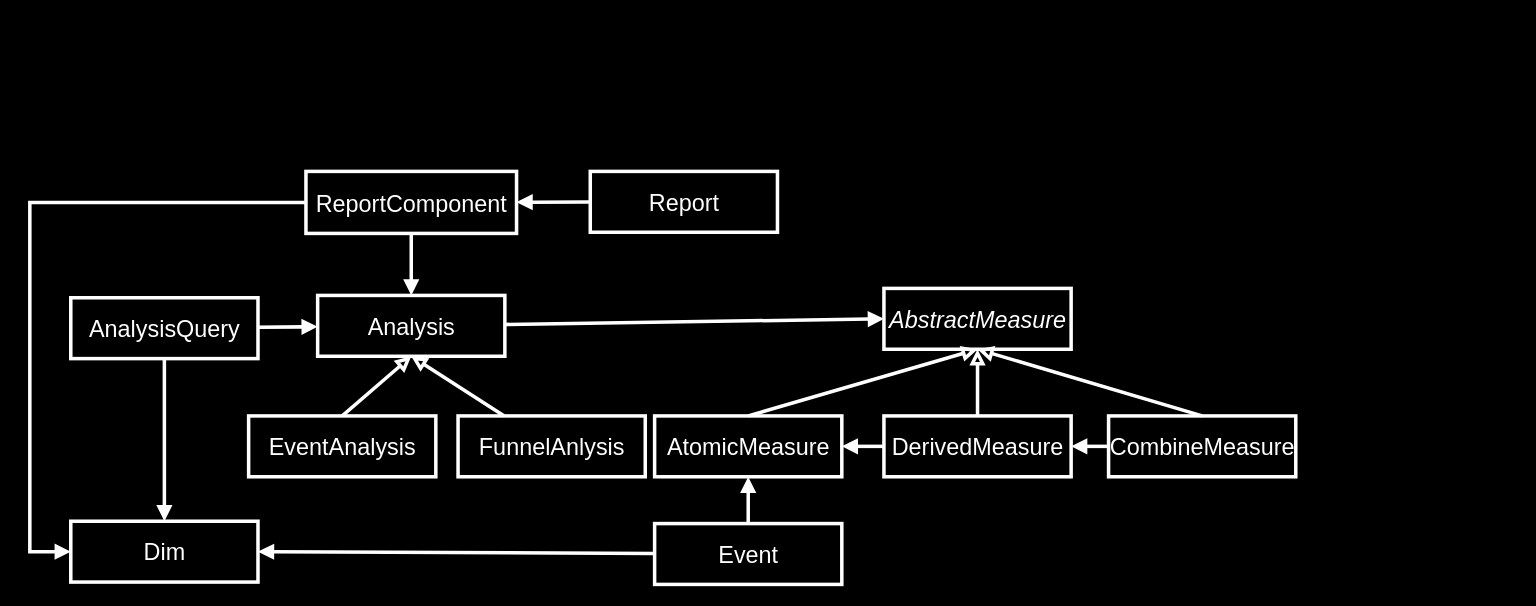
Before: page "Page-1" (1 of 3) of img/Untitled Diagram2.drawio in liuzhenying/liuzhenying.github.io, a draw.io diagram. Source tidied: cells renumbered, new cells numbered last; positions are measured from the earlier drawing's top-left corner, leaving out a move shared by most shapes. Both pictures are drawn from the tidied source at 117%, with x=0, y=0 at pixel (29, 171).
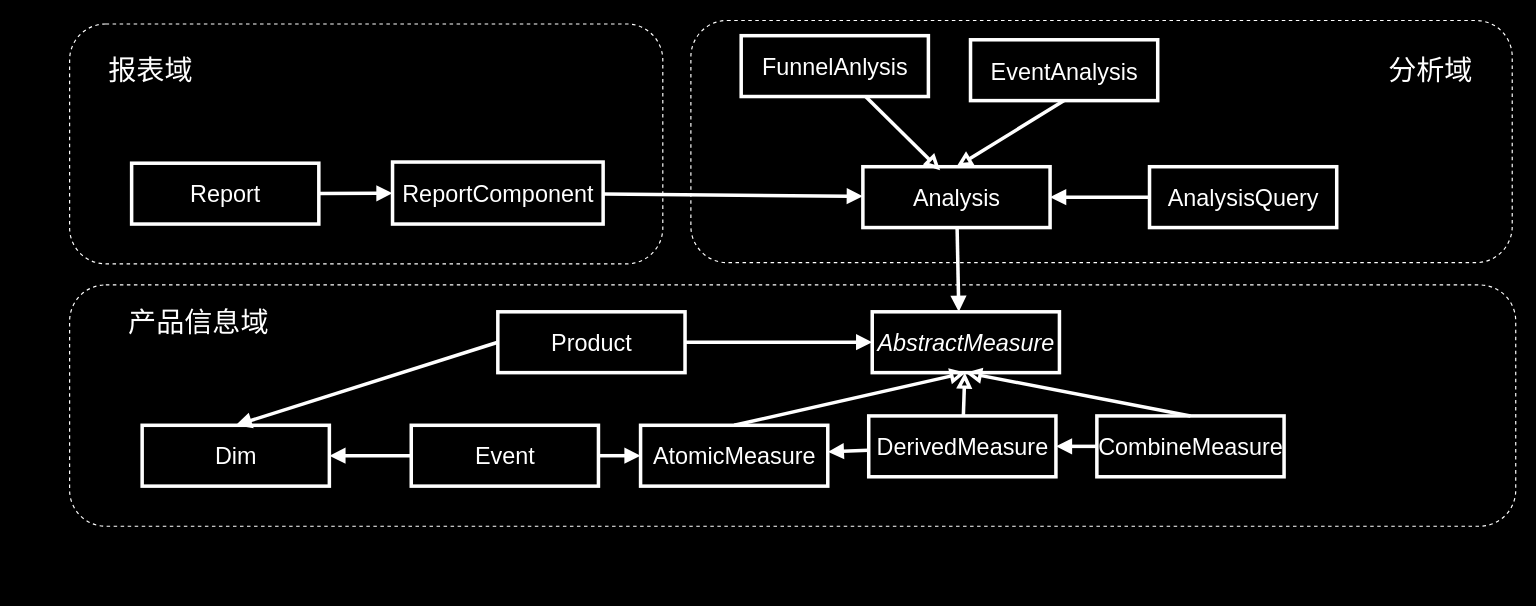
Above is the later version.

Diff of the diagram source:
```diff
@@
-    <mxCell id="3" style="edgeStyle=elbowEdgeStyle;rounded=0;jettySize=auto;html=1;entryX=0;entryY=0.5;entryDx=0;entryDy=0;fontSize=20;fontColor=#FFFFFF;endArrow=block;endFill=1;strokeColor=#FFFFFF;strokeWidth=3;" parent="1" edge="1" source="4" target="28">
-      <mxGeometry relative="1" as="geometry">
-        <Array as="points">
-          <mxPoint y="179" />
-        </Array>
-      </mxGeometry>
-    </mxCell>
     <mxCell id="4" value="&lt;font color=&quot;#ffffff&quot; style=&quot;font-size: 20px;&quot;&gt;ReportComponent&lt;/font&gt;" style="html=1;strokeColor=#FFFFFF;strokeWidth=3;fillColor=none;fontSize=20;" parent="1" vertex="1">
-      <mxGeometry x="236" width="180" height="53" as="geometry" />
+      <mxGeometry x="310" y="-8" width="180" height="53" as="geometry" />
     </mxCell>
@@
     <mxCell id="6" value="&lt;font color=&quot;#ffffff&quot; style=&quot;font-size: 20px;&quot;&gt;Report&lt;/font&gt;" style="html=1;strokeColor=#FFFFFF;strokeWidth=3;fillColor=none;fontSize=20;" parent="1" vertex="1">
-      <mxGeometry x="479" width="160" height="52" as="geometry" />
+      <mxGeometry x="87" y="-7" width="160" height="52" as="geometry" />
     </mxCell>
@@
-    <mxCell id="8" style="edgeStyle=none;rounded=0;jettySize=auto;html=1;entryX=0.5;entryY=0;entryDx=0;entryDy=0;fontSize=20;fontColor=#FFFFFF;endArrow=block;endFill=1;strokeColor=#FFFFFF;strokeWidth=3;" parent="1" edge="1" source="9" target="28">
-      <mxGeometry relative="1" as="geometry" />
-    </mxCell>
     <mxCell id="9" value="&lt;span style=&quot;color: rgb(255, 255, 255); font-size: 20px;&quot;&gt;&lt;font style=&quot;font-size: 20px;&quot;&gt;AnalysisQuery&lt;/font&gt;&lt;/span&gt;" style="html=1;strokeColor=#FFFFFF;strokeWidth=3;fillColor=none;fontSize=20;" parent="1" vertex="1">
-      <mxGeometry x="35" y="108" width="160" height="52" as="geometry" />
+      <mxGeometry x="957" y="-4" width="160" height="52" as="geometry" />
     </mxCell>
-    <mxCell id="10" style="edgeStyle=none;rounded=0;jettySize=auto;html=1;entryX=0;entryY=0.5;entryDx=0;entryDy=0;fontSize=20;fontColor=#FFFFFF;endArrow=block;endFill=1;strokeColor=#FFFFFF;strokeWidth=3;" parent="1" edge="1" source="11" target="16">
-      <mxGeometry relative="1" as="geometry" />
+    <mxCell id="10" style="edgeStyle=none;rounded=0;jettySize=auto;html=1;fontSize=20;fontColor=#FFFFFF;endArrow=block;endFill=1;strokeColor=#FFFFFF;strokeWidth=3;" parent="1" edge="1" source="11">
+      <mxGeometry relative="1" as="geometry">
+        <mxPoint x="794" y="120" as="targetPoint" />
+      </mxGeometry>
     </mxCell>
     <mxCell id="11" value="&lt;font color=&quot;#ffffff&quot; style=&quot;font-size: 20px;&quot;&gt;&lt;span style=&quot;font-size: 20px;&quot;&gt;Analysis&lt;/span&gt;&lt;/font&gt;" style="html=1;strokeColor=#FFFFFF;strokeWidth=3;fillColor=none;fontSize=20;" parent="1" vertex="1">
-      <mxGeometry x="246" y="106" width="160" height="52" as="geometry" />
+      <mxGeometry x="712" y="-4" width="160" height="52" as="geometry" />
     </mxCell>
-    <mxCell id="12" style="edgeStyle=none;rounded=0;jettySize=auto;html=1;entryX=0.5;entryY=1;entryDx=0;entryDy=0;fontSize=20;fontColor=#FFFFFF;endArrow=block;endFill=0;strokeColor=#FFFFFF;strokeWidth=3;exitX=0.5;exitY=0;exitDx=0;exitDy=0;" parent="1" edge="1" source="13" target="11">
+    <mxCell id="12" style="edgeStyle=none;rounded=0;jettySize=auto;html=1;entryX=0.5;entryY=0;entryDx=0;entryDy=0;fontSize=20;fontColor=#FFFFFF;endArrow=block;endFill=0;strokeColor=#FFFFFF;strokeWidth=3;exitX=0.5;exitY=1;exitDx=0;exitDy=0;" parent="1" edge="1" source="13" target="11">
       <mxGeometry relative="1" as="geometry" />
     </mxCell>
     <mxCell id="13" value="&lt;font color=&quot;#ffffff&quot; style=&quot;font-size: 20px;&quot;&gt;&lt;span style=&quot;font-size: 20px;&quot;&gt;EventAnalysis&lt;/span&gt;&lt;/font&gt;" style="html=1;strokeColor=#FFFFFF;strokeWidth=3;fillColor=none;fontSize=20;" parent="1" vertex="1">
-      <mxGeometry x="187" y="209" width="160" height="52" as="geometry" />
+      <mxGeometry x="804" y="-112.5" width="160" height="52" as="geometry" />
     </mxCell>
-    <mxCell id="14" style="edgeStyle=none;rounded=0;jettySize=auto;html=1;fontSize=20;fontColor=#FFFFFF;endArrow=block;endFill=0;strokeColor=#FFFFFF;strokeWidth=3;entryX=0.5;entryY=1;entryDx=0;entryDy=0;" parent="1" edge="1" source="15" target="11">
-      <mxGeometry relative="1" as="geometry" />
+    <mxCell id="14" style="edgeStyle=none;rounded=0;jettySize=auto;html=1;fontSize=20;fontColor=#FFFFFF;endArrow=block;endFill=0;strokeColor=#FFFFFF;strokeWidth=3;" parent="1" edge="1" source="15">
+      <mxGeometry relative="1" as="geometry">
+        <mxPoint x="778" y="-1" as="targetPoint" />
+      </mxGeometry>
     </mxCell>
     <mxCell id="15" value="&lt;font color=&quot;#ffffff&quot; style=&quot;font-size: 20px;&quot;&gt;&lt;span style=&quot;font-size: 20px;&quot;&gt;FunnelAnlysis&lt;/span&gt;&lt;/font&gt;" style="html=1;strokeColor=#FFFFFF;strokeWidth=3;fillColor=none;fontSize=20;" parent="1" vertex="1">
-      <mxGeometry x="366" y="209" width="160" height="52" as="geometry" />
+      <mxGeometry x="608" y="-116" width="160" height="52" as="geometry" />
     </mxCell>
     <mxCell id="16" value="&lt;span style=&quot;color: rgb(255, 255, 255); font-style: italic; font-size: 20px;&quot;&gt;&lt;font style=&quot;font-size: 20px;&quot;&gt;AbstractMeasure&lt;/font&gt;&lt;/span&gt;" style="html=1;strokeColor=#FFFFFF;strokeWidth=3;fillColor=none;fontSize=20;" parent="1" vertex="1">
-      <mxGeometry x="730" y="100" width="160" height="52" as="geometry" />
+      <mxGeometry x="720" y="120" width="160" height="52" as="geometry" />
     </mxCell>
@@
     <mxCell id="18" value="&lt;span style=&quot;color: rgb(255, 255, 255); font-size: 20px;&quot;&gt;&lt;font style=&quot;font-size: 20px;&quot;&gt;AtomicMeasure&lt;/font&gt;&lt;/span&gt;" style="html=1;strokeColor=#FFFFFF;strokeWidth=3;fillColor=none;fontSize=20;" parent="1" vertex="1">
-      <mxGeometry x="534" y="209" width="160" height="52" as="geometry" />
+      <mxGeometry x="522" y="217" width="160" height="52" as="geometry" />
     </mxCell>
@@
     <mxCell id="21" value="&lt;span style=&quot;color: rgb(255, 255, 255); font-size: 20px;&quot;&gt;&lt;font style=&quot;font-size: 20px;&quot;&gt;DerivedMeasure&lt;/font&gt;&lt;/span&gt;" style="html=1;strokeColor=#FFFFFF;strokeWidth=3;fillColor=none;fontSize=20;" parent="1" vertex="1">
-      <mxGeometry x="730" y="209" width="160" height="52" as="geometry" />
+      <mxGeometry x="717" y="209" width="160" height="52" as="geometry" />
     </mxCell>
@@
     <mxCell id="24" value="&lt;span style=&quot;color: rgb(255, 255, 255); font-size: 20px;&quot;&gt;&lt;font style=&quot;font-size: 20px;&quot;&gt;CombineMeasure&lt;/font&gt;&lt;/span&gt;" style="html=1;strokeColor=#FFFFFF;strokeWidth=3;fillColor=none;fontSize=20;" parent="1" vertex="1">
-      <mxGeometry x="922" y="209" width="160" height="52" as="geometry" />
+      <mxGeometry x="912" y="209" width="160" height="52" as="geometry" />
     </mxCell>
@@
-    <mxCell id="26" style="edgeStyle=none;rounded=0;jettySize=auto;html=1;entryX=0.5;entryY=1;entryDx=0;entryDy=0;fontSize=20;fontColor=#FFFFFF;endArrow=block;endFill=1;strokeColor=#FFFFFF;strokeWidth=3;" parent="1" edge="1" source="27" target="18">
+    <mxCell id="26" style="edgeStyle=none;rounded=0;jettySize=auto;html=1;entryX=0;entryY=0.5;entryDx=0;entryDy=0;fontSize=20;fontColor=#FFFFFF;endArrow=block;endFill=1;strokeColor=#FFFFFF;strokeWidth=3;" parent="1" edge="1" source="27" target="18">
       <mxGeometry relative="1" as="geometry" />
     </mxCell>
     <mxCell id="27" value="&lt;font color=&quot;#ffffff&quot; style=&quot;font-size: 20px;&quot;&gt;&lt;span style=&quot;font-size: 20px;&quot;&gt;Event&lt;/span&gt;&lt;/font&gt;" style="html=1;strokeColor=#FFFFFF;strokeWidth=3;fillColor=none;fontSize=20;" parent="1" vertex="1">
-      <mxGeometry x="534" y="301" width="160" height="52" as="geometry" />
+      <mxGeometry x="326" y="217" width="160" height="52" as="geometry" />
     </mxCell>
     <mxCell id="28" value="&lt;font color=&quot;#ffffff&quot; style=&quot;font-size: 20px;&quot;&gt;&lt;span style=&quot;font-size: 20px;&quot;&gt;Dim&lt;/span&gt;&lt;/font&gt;" style="html=1;strokeColor=#FFFFFF;strokeWidth=3;fillColor=none;fontSize=20;" parent="1" vertex="1">
-      <mxGeometry x="35" y="299" width="160" height="52" as="geometry" />
+      <mxGeometry x="96" y="217" width="160" height="52" as="geometry" />
     </mxCell>
+    <mxCell id="29" style="edgeStyle=orthogonalEdgeStyle;rounded=0;jettySize=auto;html=1;strokeColor=#FFFFFF;strokeWidth=3;endArrow=block;endFill=1;" parent="1" edge="1" source="31" target="16">
+      <mxGeometry relative="1" as="geometry" />
+    </mxCell>
+    <mxCell id="30" style="rounded=0;jettySize=auto;html=1;entryX=0.5;entryY=0;entryDx=0;entryDy=0;endArrow=block;endFill=1;strokeColor=#FFFFFF;strokeWidth=3;exitX=0;exitY=0.5;exitDx=0;exitDy=0;" parent="1" edge="1" source="31" target="28">
+      <mxGeometry relative="1" as="geometry" />
+    </mxCell>
+    <mxCell id="31" value="&lt;font color=&quot;#ffffff&quot;&gt;Product&lt;/font&gt;" style="html=1;strokeColor=#FFFFFF;strokeWidth=3;fillColor=none;fontSize=20;" parent="1" vertex="1">
+      <mxGeometry x="400" y="120" width="160" height="52" as="geometry" />
+    </mxCell>
+    <mxCell id="32" style="rounded=1;whiteSpace=wrap;html=1;fillColor=none;strokeColor=#FFFFFF;dashed=1;" parent="1" vertex="1">
+      <mxGeometry x="34" y="97" width="1236" height="206.3" as="geometry" />
+    </mxCell>
+    <mxCell id="33" style="rounded=1;whiteSpace=wrap;html=1;fillColor=none;strokeColor=#FFFFFF;dashed=1;" parent="1" vertex="1">
+      <mxGeometry x="34" y="-126" width="507" height="205" as="geometry" />
+    </mxCell>
+    <mxCell id="34" style="rounded=1;whiteSpace=wrap;html=1;fillColor=none;strokeColor=#FFFFFF;dashed=1;" parent="1" vertex="1">
+      <mxGeometry x="565" y="-129" width="702" height="207" as="geometry" />
+    </mxCell>
+    <mxCell id="35" value="&lt;font style=&quot;font-size: 24px&quot; color=&quot;#ffffff&quot;&gt;报表域&lt;/font&gt;" style="text;html=1;strokeColor=none;fillColor=none;align=center;verticalAlign=middle;whiteSpace=wrap;rounded=0;dashed=1;" parent="1" vertex="1">
+      <mxGeometry x="55" y="-96.5" width="97" height="20" as="geometry" />
+    </mxCell>
+    <mxCell id="36" value="&lt;font style=&quot;font-size: 24px&quot; color=&quot;#ffffff&quot;&gt;分析域&lt;/font&gt;" style="text;html=1;strokeColor=none;fillColor=none;align=center;verticalAlign=middle;whiteSpace=wrap;rounded=0;dashed=1;" parent="1" vertex="1">
+      <mxGeometry x="1149" y="-96.5" width="97" height="20" as="geometry" />
+    </mxCell>
+    <mxCell id="37" value="&lt;font style=&quot;font-size: 24px&quot; color=&quot;#ffffff&quot;&gt;产品信息域&lt;/font&gt;" style="text;html=1;strokeColor=none;fillColor=none;align=center;verticalAlign=middle;whiteSpace=wrap;rounded=0;dashed=1;" parent="1" vertex="1">
+      <mxGeometry x="67" y="120" width="155" height="20" as="geometry" />
+    </mxCell>
```
